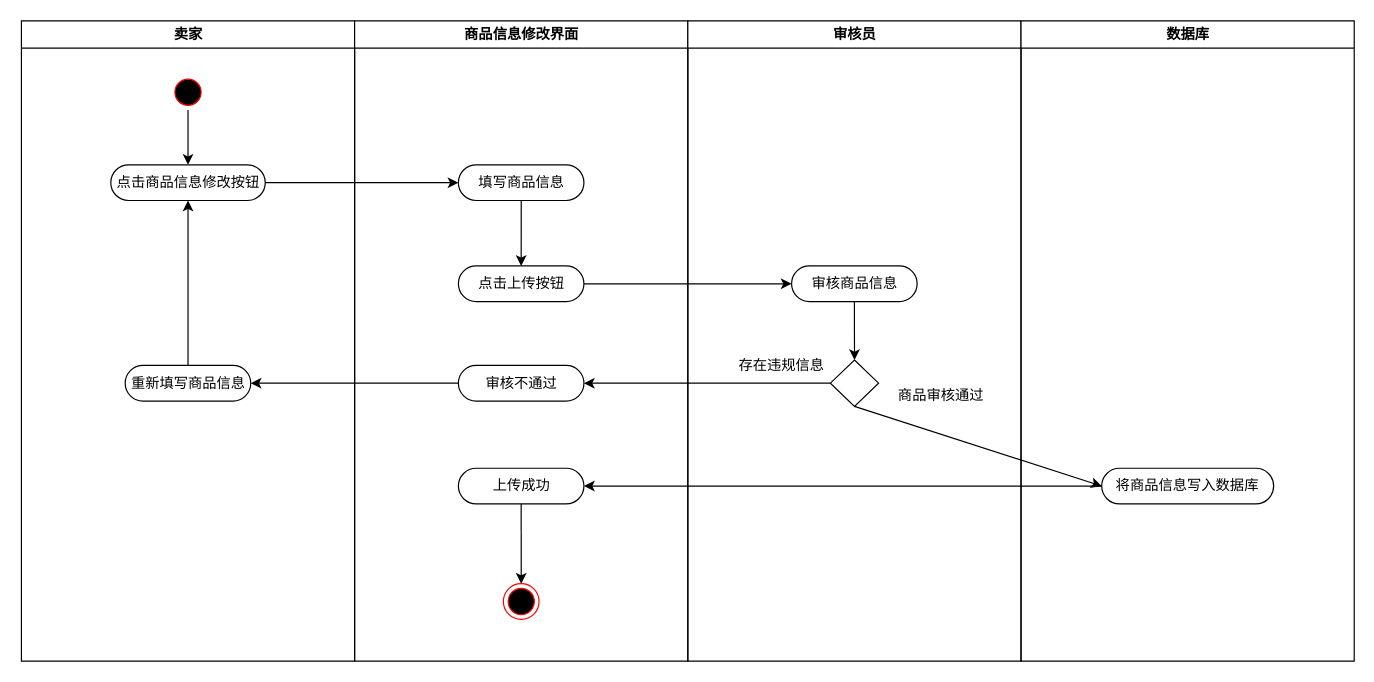
The draw.io diagram 商品修改活动图.drawio in 200928/image, before the edit. Source tidied: cells renumbered, new cells numbered last; positions are measured from the earlier drawing's top-left corner, leaving out a move shared by most shapes. Both pictures are drawn from the tidied source at 119%, with x=0, y=0 at pixel (20, 20).
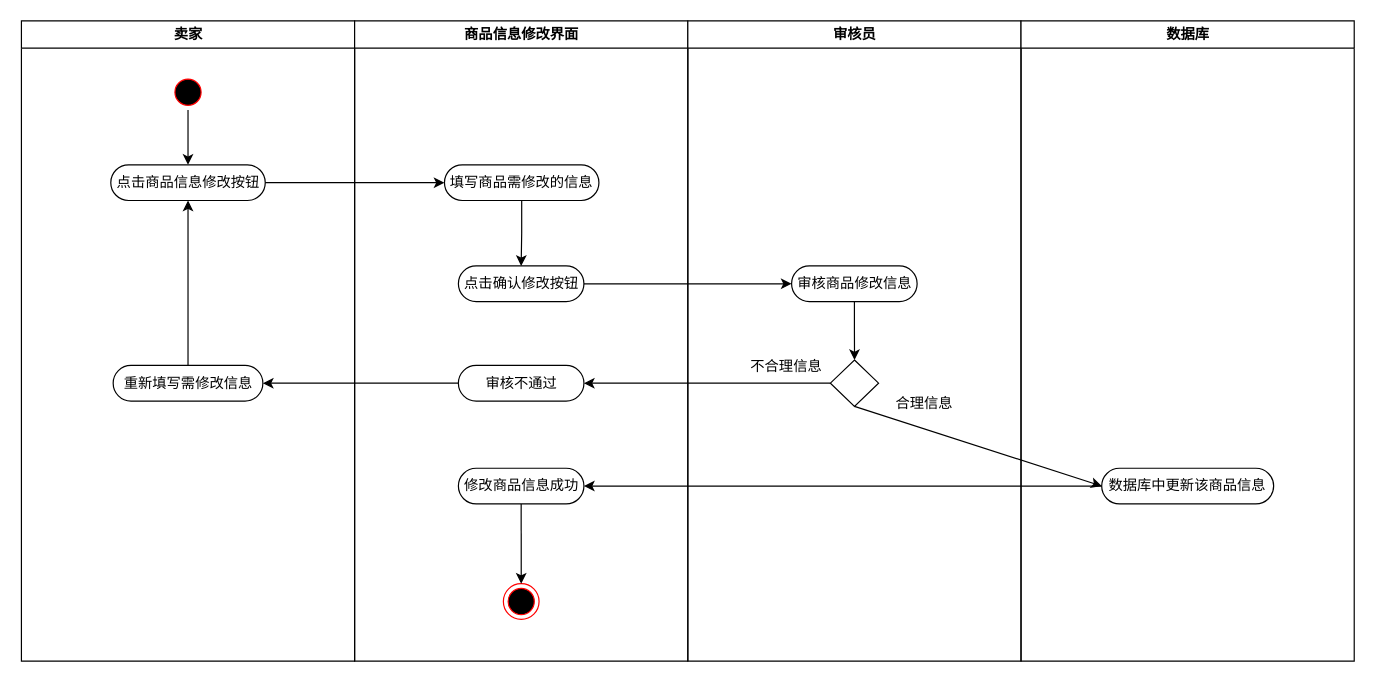
Above is the later version.

Commit message (it also covers changes not shown here):
更新商品修改活动图.drawio

The change refers to these unchanged cells:
```xml
<mxCell id="2" value="卖家" style="swimlane;whiteSpace=wrap;" parent="1" vertex="1">
  <mxGeometry x="0.5" width="280" height="538" as="geometry" />
</mxCell>
<mxCell id="8" value="商品信息修改界面" style="swimlane;whiteSpace=wrap;" parent="1" vertex="1">
  <mxGeometry x="280.5" width="280" height="538" as="geometry" />
</mxCell>
<mxCell id="16" value="审核员" style="swimlane;whiteSpace=wrap;" parent="1" vertex="1">
  <mxGeometry x="560.5" width="280" height="538" as="geometry" />
</mxCell>
<mxCell id="21" value="数据库" style="swimlane;whiteSpace=wrap;" parent="1" vertex="1">
  <mxGeometry x="840.5" width="280" height="538" as="geometry" />
</mxCell>
```

Diff of the diagram source:
```diff
@@
-    <mxCell id="7" value="重新填写商品信息" style="rounded=1;whiteSpace=wrap;html=1;arcSize=50;" parent="2" vertex="1">
-      <mxGeometry x="87.2" y="289.5" width="105.5" height="30" as="geometry" />
+    <mxCell id="7" value="重新填写需修改信息" style="rounded=1;whiteSpace=wrap;html=1;arcSize=50;" parent="2" vertex="1">
+      <mxGeometry x="77.1" y="289.5" width="125.8" height="30" as="geometry" />
     </mxCell>
@@
-    <mxCell id="10" value="填写商品信息" style="rounded=1;whiteSpace=wrap;html=1;arcSize=50;" parent="8" vertex="1">
-      <mxGeometry x="87.2" y="121" width="105.5" height="30" as="geometry" />
+    <mxCell id="10" value="填写商品需修改的信息" style="rounded=1;whiteSpace=wrap;html=1;arcSize=50;" parent="8" vertex="1">
+      <mxGeometry x="75.5" y="121" width="129.8" height="30" as="geometry" />
     </mxCell>
-    <mxCell id="11" value="点击上传按钮" style="rounded=1;whiteSpace=wrap;html=1;arcSize=50;" parent="8" vertex="1">
+    <mxCell id="11" value="点击确认修改按钮" style="rounded=1;whiteSpace=wrap;html=1;arcSize=50;" parent="8" vertex="1">
       <mxGeometry x="87.2" y="206" width="105.5" height="30" as="geometry" />
     </mxCell>
@@
-    <mxCell id="15" value="上传成功" style="rounded=1;whiteSpace=wrap;html=1;arcSize=50;" parent="8" vertex="1">
+    <mxCell id="15" value="修改商品信息成功" style="rounded=1;whiteSpace=wrap;html=1;arcSize=50;" parent="8" vertex="1">
       <mxGeometry x="87.2" y="376" width="105.5" height="30" as="geometry" />
     </mxCell>
@@
-    <mxCell id="18" value="审核商品信息" style="rounded=1;whiteSpace=wrap;html=1;arcSize=50;" parent="16" vertex="1">
+    <mxCell id="18" value="审核商品修改信息" style="rounded=1;whiteSpace=wrap;html=1;arcSize=50;" parent="16" vertex="1">
       <mxGeometry x="87.2" y="206" width="105.5" height="30" as="geometry" />
     </mxCell>
@@
-    <mxCell id="20" value="商品审核通过" style="text;html=1;align=center;verticalAlign=middle;strokeColor=none;fillColor=none;" parent="16" vertex="1">
-      <mxGeometry x="171.5" y="306" width="82" height="18" as="geometry" />
+    <mxCell id="20" value="合理信息" style="text;html=1;align=center;verticalAlign=middle;strokeColor=none;fillColor=none;" parent="16" vertex="1">
+      <mxGeometry x="169.5" y="313" width="58" height="18" as="geometry" />
     </mxCell>
+    <mxCell id="26" value="不合理信息" style="text;html=1;align=center;verticalAlign=middle;strokeColor=none;fillColor=none;" parent="16" vertex="1">
+      <mxGeometry x="47.5" y="282" width="70" height="18" as="geometry" />
+    </mxCell>
@@
-    <mxCell id="22" value="将商品信息写入数据库" style="rounded=1;whiteSpace=wrap;html=1;arcSize=50;" parent="21" vertex="1">
+    <mxCell id="22" value="数据库中更新该商品信息" style="rounded=1;whiteSpace=wrap;html=1;arcSize=50;" parent="21" vertex="1">
       <mxGeometry x="67.8" y="376" width="144.5" height="30" as="geometry" />
     </mxCell>
@@
-    <mxCell id="26" value="存在违规信息" style="text;html=1;align=center;verticalAlign=middle;strokeColor=none;fillColor=none;" parent="1" vertex="1">
-      <mxGeometry x="598" y="281" width="82" height="18" as="geometry" />
-    </mxCell>
```
